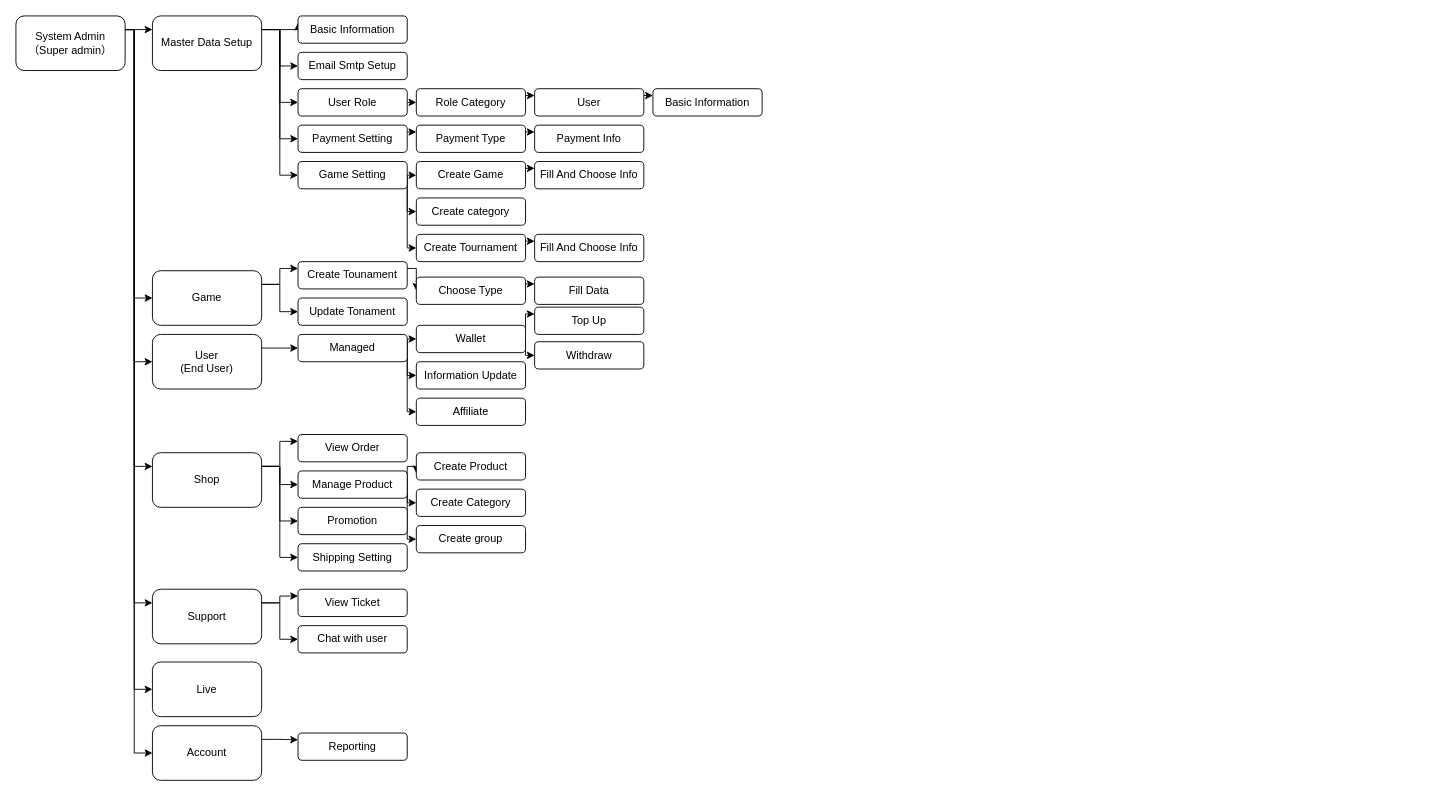
This is page "Admin" (2 of 9) of Untitled Diagram.drawio from krtechndesign/facejs, a draw.io file, before an edit. Source tidied: cells renumbered, new cells numbered last; positions are measured from the earlier drawing's top-left corner, leaving out a move shared by most shapes. Both pictures are drawn from the tidied source at 91%, with x=0, y=0 at pixel (15, 15).
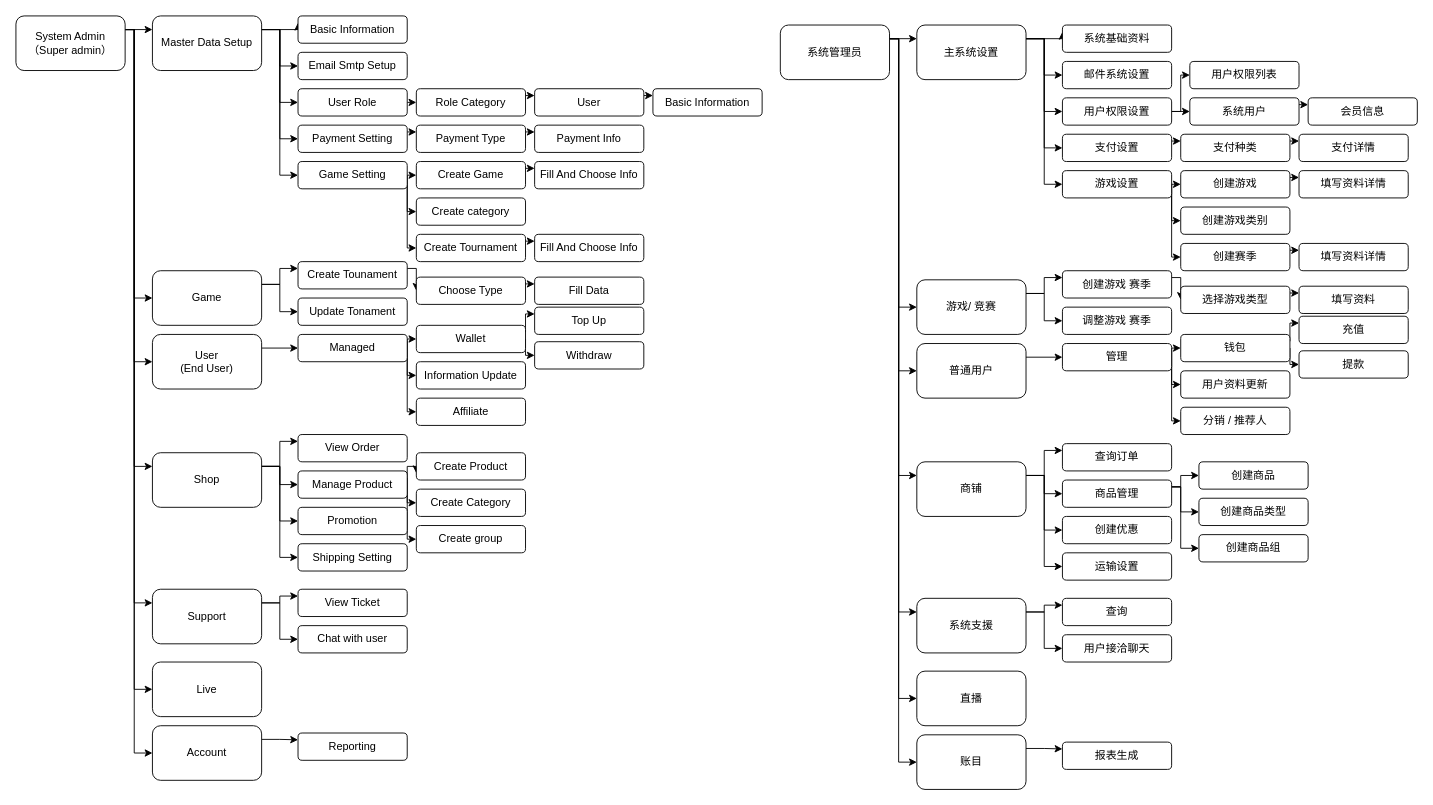
Above is the later version.

Change to the diagram source:
```diff
@@
+    <mxCell id="87" style="edgeStyle=orthogonalEdgeStyle;rounded=0;jettySize=auto;html=1;exitX=1;exitY=0.25;exitDx=0;exitDy=0;entryX=0;entryY=0.25;entryDx=0;entryDy=0;" parent="1" edge="1" source="94" target="100">
+      <mxGeometry relative="1" as="geometry" />
+    </mxCell>
+    <mxCell id="88" style="edgeStyle=orthogonalEdgeStyle;rounded=0;jettySize=auto;html=1;exitX=1;exitY=0.25;exitDx=0;exitDy=0;entryX=0;entryY=0.5;entryDx=0;entryDy=0;" parent="1" edge="1" source="94" target="128">
+      <mxGeometry relative="1" as="geometry">
+        <Array as="points">
+          <mxPoint x="970" y="25" />
+          <mxPoint x="970" y="320" />
+        </Array>
+      </mxGeometry>
+    </mxCell>
+    <mxCell id="89" style="edgeStyle=orthogonalEdgeStyle;rounded=0;jettySize=auto;html=1;exitX=1;exitY=0.25;exitDx=0;exitDy=0;entryX=0;entryY=0.5;entryDx=0;entryDy=0;" parent="1" edge="1" source="94" target="135">
+      <mxGeometry relative="1" as="geometry">
+        <Array as="points">
+          <mxPoint x="970" y="25" />
+          <mxPoint x="970" y="390" />
+        </Array>
+      </mxGeometry>
+    </mxCell>
+    <mxCell id="90" style="edgeStyle=orthogonalEdgeStyle;rounded=0;jettySize=auto;html=1;exitX=1;exitY=0.25;exitDx=0;exitDy=0;entryX=0;entryY=0.25;entryDx=0;entryDy=0;" parent="1" edge="1" source="94" target="151">
+      <mxGeometry relative="1" as="geometry">
+        <Array as="points">
+          <mxPoint x="970" y="25" />
+          <mxPoint x="970" y="505" />
+        </Array>
+      </mxGeometry>
+    </mxCell>
+    <mxCell id="91" style="edgeStyle=orthogonalEdgeStyle;rounded=0;jettySize=auto;html=1;exitX=1;exitY=0.25;exitDx=0;exitDy=0;entryX=0;entryY=0.25;entryDx=0;entryDy=0;" parent="1" edge="1" source="94" target="165">
+      <mxGeometry relative="1" as="geometry">
+        <Array as="points">
+          <mxPoint x="970" y="25" />
+          <mxPoint x="970" y="655" />
+        </Array>
+      </mxGeometry>
+    </mxCell>
+    <mxCell id="92" style="edgeStyle=orthogonalEdgeStyle;rounded=0;jettySize=auto;html=1;exitX=1;exitY=0.25;exitDx=0;exitDy=0;entryX=0;entryY=0.5;entryDx=0;entryDy=0;" parent="1" edge="1" source="94" target="168">
+      <mxGeometry relative="1" as="geometry">
+        <Array as="points">
+          <mxPoint x="970" y="25" />
+          <mxPoint x="970" y="750" />
+        </Array>
+      </mxGeometry>
+    </mxCell>
+    <mxCell id="93" style="edgeStyle=orthogonalEdgeStyle;rounded=0;jettySize=auto;html=1;exitX=1;exitY=0.25;exitDx=0;exitDy=0;entryX=0;entryY=0.5;entryDx=0;entryDy=0;" parent="1" edge="1" source="94" target="170">
+      <mxGeometry relative="1" as="geometry">
+        <Array as="points">
+          <mxPoint x="970" y="25" />
+          <mxPoint x="970" y="820" />
+        </Array>
+      </mxGeometry>
+    </mxCell>
+    <mxCell id="94" value="系统管理员" style="rounded=1;whiteSpace=wrap;html=1;" parent="1" vertex="1">
+      <mxGeometry x="840" y="10" width="120" height="60" as="geometry" />
+    </mxCell>
+    <mxCell id="95" style="edgeStyle=orthogonalEdgeStyle;rounded=0;jettySize=auto;html=1;exitX=1;exitY=0.25;exitDx=0;exitDy=0;entryX=0;entryY=0.25;entryDx=0;entryDy=0;" parent="1" edge="1" source="100" target="101">
+      <mxGeometry relative="1" as="geometry">
+        <Array as="points">
+          <mxPoint x="1150" y="25" />
+        </Array>
+      </mxGeometry>
+    </mxCell>
+    <mxCell id="96" style="edgeStyle=orthogonalEdgeStyle;rounded=0;jettySize=auto;html=1;exitX=1;exitY=0.25;exitDx=0;exitDy=0;entryX=0;entryY=0.5;entryDx=0;entryDy=0;" parent="1" edge="1" source="100" target="102">
+      <mxGeometry relative="1" as="geometry" />
+    </mxCell>
+    <mxCell id="97" style="edgeStyle=orthogonalEdgeStyle;rounded=0;jettySize=auto;html=1;exitX=1;exitY=0.25;exitDx=0;exitDy=0;entryX=0;entryY=0.5;entryDx=0;entryDy=0;" parent="1" edge="1" source="100" target="105">
+      <mxGeometry relative="1" as="geometry" />
+    </mxCell>
+    <mxCell id="98" style="edgeStyle=orthogonalEdgeStyle;rounded=0;jettySize=auto;html=1;exitX=1;exitY=0.25;exitDx=0;exitDy=0;entryX=0;entryY=0.5;entryDx=0;entryDy=0;" parent="1" edge="1" source="100" target="111">
+      <mxGeometry relative="1" as="geometry" />
+    </mxCell>
+    <mxCell id="99" style="edgeStyle=orthogonalEdgeStyle;rounded=0;jettySize=auto;html=1;exitX=1;exitY=0.25;exitDx=0;exitDy=0;entryX=0;entryY=0.5;entryDx=0;entryDy=0;" parent="1" edge="1" source="100" target="118">
+      <mxGeometry relative="1" as="geometry" />
+    </mxCell>
+    <mxCell id="100" value="主系统设置" style="rounded=1;whiteSpace=wrap;html=1;" parent="1" vertex="1">
+      <mxGeometry x="990" y="10" width="120" height="60" as="geometry" />
+    </mxCell>
+    <mxCell id="101" value="系统基础资料" style="whiteSpace=wrap;html=1;rounded=1;" parent="1" vertex="1">
+      <mxGeometry x="1150" y="10" width="120" height="30" as="geometry" />
+    </mxCell>
+    <mxCell id="102" value="邮件系统设置" style="whiteSpace=wrap;html=1;rounded=1;" parent="1" vertex="1">
+      <mxGeometry x="1150" y="50" width="120" height="30" as="geometry" />
+    </mxCell>
+    <mxCell id="103" style="edgeStyle=orthogonalEdgeStyle;rounded=0;jettySize=auto;html=1;exitX=1;exitY=0.5;exitDx=0;exitDy=0;entryX=0;entryY=0.5;entryDx=0;entryDy=0;" parent="1" edge="1" source="105" target="106">
+      <mxGeometry relative="1" as="geometry">
+        <Array as="points">
+          <mxPoint x="1280" y="105" />
+          <mxPoint x="1280" y="65" />
+        </Array>
+      </mxGeometry>
+    </mxCell>
+    <mxCell id="104" style="edgeStyle=orthogonalEdgeStyle;rounded=0;jettySize=auto;html=1;exitX=1;exitY=0.5;exitDx=0;exitDy=0;entryX=0;entryY=0.5;entryDx=0;entryDy=0;" parent="1" edge="1" source="105" target="108">
+      <mxGeometry relative="1" as="geometry" />
+    </mxCell>
+    <mxCell id="105" value="用户权限设置" style="whiteSpace=wrap;html=1;rounded=1;" parent="1" vertex="1">
+      <mxGeometry x="1150" y="90" width="120" height="30" as="geometry" />
+    </mxCell>
+    <mxCell id="106" value="用户权限列表" style="whiteSpace=wrap;html=1;rounded=1;" parent="1" vertex="1">
+      <mxGeometry x="1290" y="50" width="120" height="30" as="geometry" />
+    </mxCell>
+    <mxCell id="107" style="edgeStyle=orthogonalEdgeStyle;rounded=0;jettySize=auto;html=1;exitX=1;exitY=0.25;exitDx=0;exitDy=0;entryX=0;entryY=0.25;entryDx=0;entryDy=0;" parent="1" edge="1" source="108">
+      <mxGeometry relative="1" as="geometry">
+        <mxPoint x="1420" y="97.5" as="targetPoint" />
+      </mxGeometry>
+    </mxCell>
+    <mxCell id="108" value="系统用户" style="whiteSpace=wrap;html=1;rounded=1;" parent="1" vertex="1">
+      <mxGeometry x="1290" y="90" width="120" height="30" as="geometry" />
+    </mxCell>
+    <mxCell id="109" value="会员信息" style="whiteSpace=wrap;html=1;rounded=1;" parent="1" vertex="1">
+      <mxGeometry x="1420" y="90" width="120" height="30" as="geometry" />
+    </mxCell>
+    <mxCell id="110" style="edgeStyle=orthogonalEdgeStyle;rounded=0;jettySize=auto;html=1;exitX=1;exitY=0.25;exitDx=0;exitDy=0;entryX=0;entryY=0.25;entryDx=0;entryDy=0;" parent="1" edge="1" source="111" target="113">
+      <mxGeometry relative="1" as="geometry" />
+    </mxCell>
+    <mxCell id="111" value="支付设置" style="whiteSpace=wrap;html=1;rounded=1;" parent="1" vertex="1">
+      <mxGeometry x="1150" y="130" width="120" height="30" as="geometry" />
+    </mxCell>
+    <mxCell id="112" style="edgeStyle=orthogonalEdgeStyle;rounded=0;jettySize=auto;html=1;exitX=1;exitY=0.25;exitDx=0;exitDy=0;entryX=0;entryY=0.25;entryDx=0;entryDy=0;" parent="1" edge="1" source="113" target="114">
+      <mxGeometry relative="1" as="geometry" />
+    </mxCell>
+    <mxCell id="113" value="支付种类" style="whiteSpace=wrap;html=1;rounded=1;" parent="1" vertex="1">
+      <mxGeometry x="1280" y="130" width="120" height="30" as="geometry" />
+    </mxCell>
+    <mxCell id="114" value="支付详情" style="whiteSpace=wrap;html=1;rounded=1;" parent="1" vertex="1">
+      <mxGeometry x="1410" y="130" width="120" height="30" as="geometry" />
+    </mxCell>
+    <mxCell id="115" style="edgeStyle=orthogonalEdgeStyle;rounded=0;jettySize=auto;html=1;exitX=1;exitY=0.5;exitDx=0;exitDy=0;entryX=0;entryY=0.5;entryDx=0;entryDy=0;" parent="1" edge="1" source="118" target="120">
+      <mxGeometry relative="1" as="geometry" />
+    </mxCell>
+    <mxCell id="116" style="edgeStyle=orthogonalEdgeStyle;rounded=0;jettySize=auto;html=1;exitX=1;exitY=0.5;exitDx=0;exitDy=0;entryX=0;entryY=0.5;entryDx=0;entryDy=0;" parent="1" edge="1" source="118" target="121">
+      <mxGeometry relative="1" as="geometry">
+        <Array as="points">
+          <mxPoint x="1270" y="225" />
+        </Array>
+      </mxGeometry>
+    </mxCell>
+    <mxCell id="117" style="edgeStyle=orthogonalEdgeStyle;rounded=0;jettySize=auto;html=1;exitX=1;exitY=0.5;exitDx=0;exitDy=0;entryX=0;entryY=0.5;entryDx=0;entryDy=0;" parent="1" edge="1" source="118" target="123">
+      <mxGeometry relative="1" as="geometry">
+        <Array as="points">
+          <mxPoint x="1270" y="265" />
+        </Array>
+      </mxGeometry>
+    </mxCell>
+    <mxCell id="118" value="游戏设置" style="whiteSpace=wrap;html=1;rounded=1;" parent="1" vertex="1">
+      <mxGeometry x="1150" y="170" width="120" height="30" as="geometry" />
+    </mxCell>
+    <mxCell id="119" style="edgeStyle=orthogonalEdgeStyle;rounded=0;jettySize=auto;html=1;exitX=1;exitY=0.25;exitDx=0;exitDy=0;entryX=0;entryY=0.25;entryDx=0;entryDy=0;" parent="1" edge="1" source="120" target="124">
+      <mxGeometry relative="1" as="geometry" />
+    </mxCell>
+    <mxCell id="120" value="创建游戏" style="whiteSpace=wrap;html=1;rounded=1;" parent="1" vertex="1">
+      <mxGeometry x="1280" y="170" width="120" height="30" as="geometry" />
+    </mxCell>
+    <mxCell id="121" value="创建游戏类别" style="whiteSpace=wrap;html=1;rounded=1;" parent="1" vertex="1">
+      <mxGeometry x="1280" y="210" width="120" height="30" as="geometry" />
+    </mxCell>
+    <mxCell id="122" style="edgeStyle=orthogonalEdgeStyle;rounded=0;jettySize=auto;html=1;exitX=1;exitY=0.25;exitDx=0;exitDy=0;entryX=0;entryY=0.25;entryDx=0;entryDy=0;" parent="1" edge="1" source="123" target="125">
+      <mxGeometry relative="1" as="geometry" />
+    </mxCell>
+    <mxCell id="123" value="创建赛季" style="whiteSpace=wrap;html=1;rounded=1;" parent="1" vertex="1">
+      <mxGeometry x="1280" y="250" width="120" height="30" as="geometry" />
+    </mxCell>
+    <mxCell id="124" value="填写资料详情" style="whiteSpace=wrap;html=1;rounded=1;" parent="1" vertex="1">
+      <mxGeometry x="1410" y="170" width="120" height="30" as="geometry" />
+    </mxCell>
+    <mxCell id="125" value="填写资料详情" style="whiteSpace=wrap;html=1;rounded=1;" parent="1" vertex="1">
+      <mxGeometry x="1410" y="250" width="120" height="30" as="geometry" />
+    </mxCell>
+    <mxCell id="126" style="edgeStyle=orthogonalEdgeStyle;rounded=0;jettySize=auto;html=1;exitX=1;exitY=0.25;exitDx=0;exitDy=0;entryX=0;entryY=0.25;entryDx=0;entryDy=0;" parent="1" edge="1" source="128" target="130">
+      <mxGeometry relative="1" as="geometry" />
+    </mxCell>
+    <mxCell id="127" style="edgeStyle=orthogonalEdgeStyle;rounded=0;jettySize=auto;html=1;exitX=1;exitY=0.25;exitDx=0;exitDy=0;entryX=0;entryY=0.5;entryDx=0;entryDy=0;" parent="1" edge="1" source="128" target="146">
+      <mxGeometry relative="1" as="geometry" />
+    </mxCell>
+    <mxCell id="128" value="游戏/ 竞赛" style="rounded=1;whiteSpace=wrap;html=1;" parent="1" vertex="1">
+      <mxGeometry x="990" y="290" width="120" height="60" as="geometry" />
+    </mxCell>
+    <mxCell id="129" style="edgeStyle=orthogonalEdgeStyle;rounded=0;jettySize=auto;html=1;exitX=1;exitY=0.25;exitDx=0;exitDy=0;entryX=0;entryY=0.5;entryDx=0;entryDy=0;" parent="1" edge="1" source="130" target="132">
+      <mxGeometry relative="1" as="geometry">
+        <Array as="points">
+          <mxPoint x="1280" y="288" />
+        </Array>
+      </mxGeometry>
+    </mxCell>
+    <mxCell id="130" value="创建游戏 赛季" style="whiteSpace=wrap;html=1;rounded=1;" parent="1" vertex="1">
+      <mxGeometry x="1150" y="280" width="120" height="30" as="geometry" />
+    </mxCell>
+    <mxCell id="131" style="edgeStyle=orthogonalEdgeStyle;rounded=0;jettySize=auto;html=1;exitX=1;exitY=0.25;exitDx=0;exitDy=0;entryX=0;entryY=0.25;entryDx=0;entryDy=0;" parent="1" edge="1" source="132" target="133">
+      <mxGeometry relative="1" as="geometry" />
+    </mxCell>
+    <mxCell id="132" value="选择游戏类型" style="whiteSpace=wrap;html=1;rounded=1;" parent="1" vertex="1">
+      <mxGeometry x="1280" y="297" width="120" height="30" as="geometry" />
+    </mxCell>
+    <mxCell id="133" value="填写资料" style="whiteSpace=wrap;html=1;rounded=1;" parent="1" vertex="1">
+      <mxGeometry x="1410" y="297" width="120" height="30" as="geometry" />
+    </mxCell>
+    <mxCell id="134" style="edgeStyle=orthogonalEdgeStyle;rounded=0;jettySize=auto;html=1;exitX=1;exitY=0.25;exitDx=0;exitDy=0;entryX=0;entryY=0.5;entryDx=0;entryDy=0;" parent="1" edge="1" source="135" target="139">
+      <mxGeometry relative="1" as="geometry" />
+    </mxCell>
+    <mxCell id="135" value="普通用户" style="rounded=1;whiteSpace=wrap;html=1;" parent="1" vertex="1">
+      <mxGeometry x="990" y="360" width="120" height="60" as="geometry" />
+    </mxCell>
+    <mxCell id="136" style="edgeStyle=orthogonalEdgeStyle;rounded=0;jettySize=auto;html=1;exitX=1;exitY=0.5;exitDx=0;exitDy=0;entryX=0;entryY=0.5;entryDx=0;entryDy=0;" parent="1" edge="1" source="139" target="142">
+      <mxGeometry relative="1" as="geometry">
+        <Array as="points">
+          <mxPoint x="1270" y="375" />
+          <mxPoint x="1270" y="365" />
+        </Array>
+      </mxGeometry>
+    </mxCell>
+    <mxCell id="137" style="edgeStyle=orthogonalEdgeStyle;rounded=0;jettySize=auto;html=1;exitX=1;exitY=0.5;exitDx=0;exitDy=0;entryX=0;entryY=0.5;entryDx=0;entryDy=0;" parent="1" edge="1" source="139" target="145">
+      <mxGeometry relative="1" as="geometry">
+        <Array as="points">
+          <mxPoint x="1270" y="375" />
+          <mxPoint x="1270" y="405" />
+        </Array>
+      </mxGeometry>
+    </mxCell>
+    <mxCell id="138" style="edgeStyle=orthogonalEdgeStyle;rounded=0;jettySize=auto;html=1;exitX=1;exitY=0.25;exitDx=0;exitDy=0;entryX=0;entryY=0.5;entryDx=0;entryDy=0;" parent="1" edge="1" source="139" target="161">
+      <mxGeometry relative="1" as="geometry">
+        <Array as="points">
+          <mxPoint x="1270" y="445" />
+        </Array>
+      </mxGeometry>
+    </mxCell>
+    <mxCell id="139" value="管理" style="whiteSpace=wrap;html=1;rounded=1;" parent="1" vertex="1">
+      <mxGeometry x="1150" y="360" width="120" height="30" as="geometry" />
+    </mxCell>
+    <mxCell id="140" style="edgeStyle=orthogonalEdgeStyle;rounded=0;jettySize=auto;html=1;exitX=1;exitY=0.25;exitDx=0;exitDy=0;entryX=0;entryY=0.25;entryDx=0;entryDy=0;" parent="1" edge="1" source="142" target="143">
+      <mxGeometry relative="1" as="geometry">
+        <Array as="points">
+          <mxPoint x="1400" y="338" />
+        </Array>
+      </mxGeometry>
+    </mxCell>
+    <mxCell id="141" style="edgeStyle=orthogonalEdgeStyle;rounded=0;jettySize=auto;html=1;exitX=1;exitY=0.5;exitDx=0;exitDy=0;entryX=0;entryY=0.5;entryDx=0;entryDy=0;" parent="1" edge="1" source="142" target="144">
+      <mxGeometry relative="1" as="geometry">
+        <Array as="points">
+          <mxPoint x="1400" y="383" />
+        </Array>
+      </mxGeometry>
+    </mxCell>
+    <mxCell id="142" value="钱包" style="whiteSpace=wrap;html=1;rounded=1;" parent="1" vertex="1">
+      <mxGeometry x="1280" y="350" width="120" height="30" as="geometry" />
+    </mxCell>
+    <mxCell id="143" value="充值" style="whiteSpace=wrap;html=1;rounded=1;" parent="1" vertex="1">
+      <mxGeometry x="1410" y="330" width="120" height="30" as="geometry" />
+    </mxCell>
+    <mxCell id="144" value="提款" style="whiteSpace=wrap;html=1;rounded=1;" parent="1" vertex="1">
+      <mxGeometry x="1410" y="368" width="120" height="30" as="geometry" />
+    </mxCell>
+    <mxCell id="145" value="用户资料更新" style="whiteSpace=wrap;html=1;rounded=1;" parent="1" vertex="1">
+      <mxGeometry x="1280" y="390" width="120" height="30" as="geometry" />
+    </mxCell>
+    <mxCell id="146" value="调整游戏 赛季" style="whiteSpace=wrap;html=1;rounded=1;" parent="1" vertex="1">
+      <mxGeometry x="1150" y="320" width="120" height="30" as="geometry" />
+    </mxCell>
+    <mxCell id="147" style="edgeStyle=orthogonalEdgeStyle;rounded=0;jettySize=auto;html=1;exitX=1;exitY=0.25;exitDx=0;exitDy=0;entryX=0;entryY=0.25;entryDx=0;entryDy=0;" parent="1" edge="1" source="151" target="152">
+      <mxGeometry relative="1" as="geometry" />
+    </mxCell>
+    <mxCell id="148" style="edgeStyle=orthogonalEdgeStyle;rounded=0;jettySize=auto;html=1;exitX=1;exitY=0.25;exitDx=0;exitDy=0;entryX=0;entryY=0.5;entryDx=0;entryDy=0;" parent="1" edge="1" source="151" target="156">
+      <mxGeometry relative="1" as="geometry" />
+    </mxCell>
+    <mxCell id="149" style="edgeStyle=orthogonalEdgeStyle;rounded=0;jettySize=auto;html=1;exitX=1;exitY=0.25;exitDx=0;exitDy=0;entryX=0;entryY=0.5;entryDx=0;entryDy=0;" parent="1" edge="1" source="151" target="160">
+      <mxGeometry relative="1" as="geometry" />
+    </mxCell>
+    <mxCell id="150" style="edgeStyle=orthogonalEdgeStyle;rounded=0;jettySize=auto;html=1;exitX=1;exitY=0.25;exitDx=0;exitDy=0;entryX=0;entryY=0.5;entryDx=0;entryDy=0;" parent="1" edge="1" source="151" target="162">
+      <mxGeometry relative="1" as="geometry" />
+    </mxCell>
+    <mxCell id="151" value="商铺" style="rounded=1;whiteSpace=wrap;html=1;" parent="1" vertex="1">
+      <mxGeometry x="990" y="490" width="120" height="60" as="geometry" />
+    </mxCell>
+    <mxCell id="152" value="查询订单" style="whiteSpace=wrap;html=1;rounded=1;" parent="1" vertex="1">
+      <mxGeometry x="1150" y="470" width="120" height="30" as="geometry" />
+    </mxCell>
+    <mxCell id="153" style="edgeStyle=orthogonalEdgeStyle;rounded=0;jettySize=auto;html=1;exitX=1;exitY=0.25;exitDx=0;exitDy=0;entryX=0;entryY=0.5;entryDx=0;entryDy=0;" parent="1" edge="1" source="156" target="157">
+      <mxGeometry relative="1" as="geometry">
+        <Array as="points">
+          <mxPoint x="1280" y="518" />
+          <mxPoint x="1280" y="505" />
+        </Array>
+      </mxGeometry>
+    </mxCell>
+    <mxCell id="154" style="edgeStyle=orthogonalEdgeStyle;rounded=0;jettySize=auto;html=1;exitX=1;exitY=0.25;exitDx=0;exitDy=0;entryX=0;entryY=0.5;entryDx=0;entryDy=0;" parent="1" edge="1" source="156" target="158">
+      <mxGeometry relative="1" as="geometry">
+        <Array as="points">
+          <mxPoint x="1280" y="518" />
+          <mxPoint x="1280" y="545" />
+        </Array>
+      </mxGeometry>
+    </mxCell>
+    <mxCell id="155" style="edgeStyle=orthogonalEdgeStyle;rounded=0;jettySize=auto;html=1;exitX=1;exitY=0.25;exitDx=0;exitDy=0;entryX=0;entryY=0.5;entryDx=0;entryDy=0;" parent="1" edge="1" source="156" target="159">
+      <mxGeometry relative="1" as="geometry">
+        <Array as="points">
+          <mxPoint x="1280" y="518" />
+          <mxPoint x="1280" y="585" />
+        </Array>
+      </mxGeometry>
+    </mxCell>
+    <mxCell id="156" value="商品管理" style="whiteSpace=wrap;html=1;rounded=1;" parent="1" vertex="1">
+      <mxGeometry x="1150" y="510" width="120" height="30" as="geometry" />
+    </mxCell>
+    <mxCell id="157" value="创建商品" style="whiteSpace=wrap;html=1;rounded=1;" parent="1" vertex="1">
+      <mxGeometry x="1300" y="490" width="120" height="30" as="geometry" />
+    </mxCell>
+    <mxCell id="158" value="创建商品类型" style="whiteSpace=wrap;html=1;rounded=1;" parent="1" vertex="1">
+      <mxGeometry x="1300" y="530" width="120" height="30" as="geometry" />
+    </mxCell>
+    <mxCell id="159" value="创建商品组" style="whiteSpace=wrap;html=1;rounded=1;" parent="1" vertex="1">
+      <mxGeometry x="1300" y="570" width="120" height="30" as="geometry" />
+    </mxCell>
+    <mxCell id="160" value="创建优惠" style="whiteSpace=wrap;html=1;rounded=1;" parent="1" vertex="1">
+      <mxGeometry x="1150" y="550" width="120" height="30" as="geometry" />
+    </mxCell>
+    <mxCell id="161" value="分销 / 推荐人" style="whiteSpace=wrap;html=1;rounded=1;" parent="1" vertex="1">
+      <mxGeometry x="1280" y="430" width="120" height="30" as="geometry" />
+    </mxCell>
+    <mxCell id="162" value="运输设置" style="whiteSpace=wrap;html=1;rounded=1;" parent="1" vertex="1">
+      <mxGeometry x="1150" y="590" width="120" height="30" as="geometry" />
+    </mxCell>
+    <mxCell id="163" style="edgeStyle=orthogonalEdgeStyle;rounded=0;jettySize=auto;html=1;exitX=1;exitY=0.25;exitDx=0;exitDy=0;entryX=0;entryY=0.25;entryDx=0;entryDy=0;" parent="1" edge="1" source="165" target="166">
+      <mxGeometry relative="1" as="geometry" />
+    </mxCell>
+    <mxCell id="164" style="edgeStyle=orthogonalEdgeStyle;rounded=0;jettySize=auto;html=1;exitX=1;exitY=0.25;exitDx=0;exitDy=0;entryX=0;entryY=0.5;entryDx=0;entryDy=0;" parent="1" edge="1" source="165" target="167">
+      <mxGeometry relative="1" as="geometry" />
+    </mxCell>
+    <mxCell id="165" value="系统支援" style="rounded=1;whiteSpace=wrap;html=1;" parent="1" vertex="1">
+      <mxGeometry x="990" y="640" width="120" height="60" as="geometry" />
+    </mxCell>
+    <mxCell id="166" value="查询" style="whiteSpace=wrap;html=1;rounded=1;" parent="1" vertex="1">
+      <mxGeometry x="1150" y="640" width="120" height="30" as="geometry" />
+    </mxCell>
+    <mxCell id="167" value="用户接洽聊天" style="whiteSpace=wrap;html=1;rounded=1;" parent="1" vertex="1">
+      <mxGeometry x="1150" y="680" width="120" height="30" as="geometry" />
+    </mxCell>
+    <mxCell id="168" value="直播" style="rounded=1;whiteSpace=wrap;html=1;" parent="1" vertex="1">
+      <mxGeometry x="990" y="720" width="120" height="60" as="geometry" />
+    </mxCell>
+    <mxCell id="169" style="edgeStyle=orthogonalEdgeStyle;rounded=0;jettySize=auto;html=1;exitX=1;exitY=0.25;exitDx=0;exitDy=0;entryX=0;entryY=0.25;entryDx=0;entryDy=0;" parent="1" edge="1" source="170" target="171">
+      <mxGeometry relative="1" as="geometry" />
+    </mxCell>
+    <mxCell id="170" value="账目" style="rounded=1;whiteSpace=wrap;html=1;" parent="1" vertex="1">
+      <mxGeometry x="990" y="790" width="120" height="60" as="geometry" />
+    </mxCell>
+    <mxCell id="171" value="报表生成" style="whiteSpace=wrap;html=1;rounded=1;" parent="1" vertex="1">
+      <mxGeometry x="1150" y="798" width="120" height="30" as="geometry" />
+    </mxCell>
```
